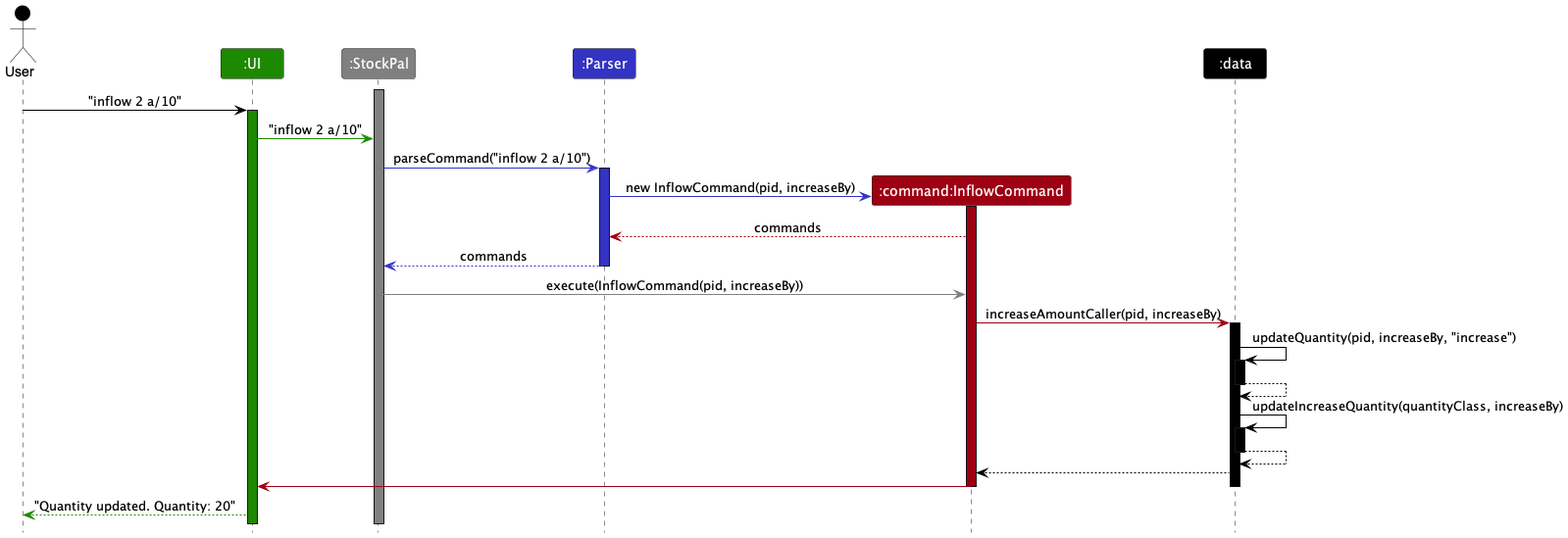
Above: docs/images/InflowCommandSequence.png in leongxingyu/tp (PlantUML), before the change.
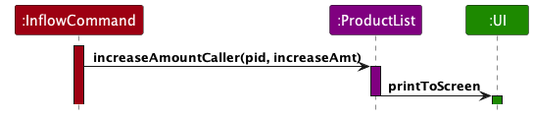
The same file after the commit.

Commit message:
Update sequence diagram for inflow and outflow

Diff of the diagram source:
```diff
@@ -1,53 +1,17 @@
 @startuml
 !include style.puml
-skinparam ArrowFontStyle plain
 
-Actor User as user USER_COLOR
+Participant ":InflowCommand" as command COMMANDS_COLOR
+Participant ":ProductList" as productlist PRODUCTLIST_COLOR
 Participant ":UI" as ui UI_COLOR
-Participant ":StockPal" as stockpal STOCKPAL_COLOR
-Participant ":Parser" as parser PARSER_COLOR
-Participant ":command:InflowCommand" as commands COMMANDS_COLOR
-Participant ":data" as data DATA_COLOR
 
-activate stockpal STOCKPAL_COLOR
+activate command COMMANDS_COLOR
 
-user -[USER_COLOR]> ui : "inflow 2 a/10"
+command -> productlist : increaseAmountCaller(pid, increaseAmt)
+activate productlist PRODUCTLIST_COLOR
+
+productlist -> ui : printToScreen
+deactivate productlist
 activate ui UI_COLOR
 
-ui -[UI_COLOR]> stockpal : "inflow 2 a/10"
-
-stockpal -[PARSER_COLOR]> parser : parseCommand("inflow 2 a/10")
-activate parser PARSER_COLOR
-
-create commands
-parser -[PARSER_COLOR]> commands : new InflowCommand(pid, increaseBy)
-activate commands COMMANDS_COLOR
-commands --[COMMANDS_COLOR]> parser : commands
-
-parser --[PARSER_COLOR]> stockpal : commands
-deactivate parser
-
-stockpal -[STOCKPAL_COLOR]> commands : execute(InflowCommand(pid, increaseBy))
-commands -[COMMANDS_COLOR]> data : increaseAmountCaller(pid, increaseBy)
-activate data DATA_COLOR
-
-data -[DATA_COLOR]> data : updateQuantity(pid, increaseBy, "increase")
-activate data DATA_COLOR
-data --[DATA_COLOR]> data
-deactivate data
-
-data -[DATA_COLOR]> data : updateIncreaseQuantity(quantityClass, increaseBy)
-activate data DATA_COLOR
-data --[DATA_COLOR]> data
-deactivate data
-
-data --[DATA_COLOR]> commands
-
-commands -[COMMANDS_COLOR]> ui
-
-deactivate commands
-deactivate data
-
-ui --[UI_COLOR]> user : "Quantity updated. Quantity: 20"
-
 @enduml
```
